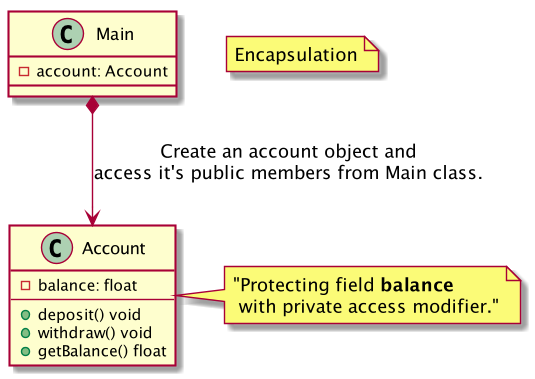
Before: Algorithms/src/com/designPatterns/encapusulation/encapsulation.png, a diagram exported from PlantUML (jagadeeshshetty/LearnJava).
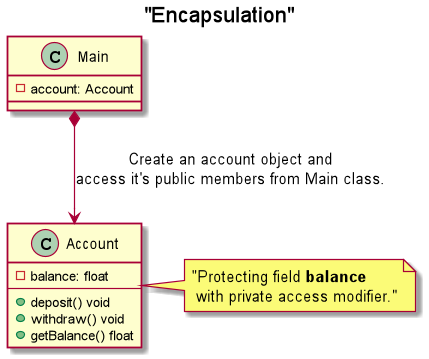
The same diagram one commit later.

The edit, as a diff of the source:
```diff
@@ -1,5 +1,5 @@
 @startuml
-note "Encapsulation" as N1
+title "Encapsulation"
 class Main {
     - account: Account
 }
```
